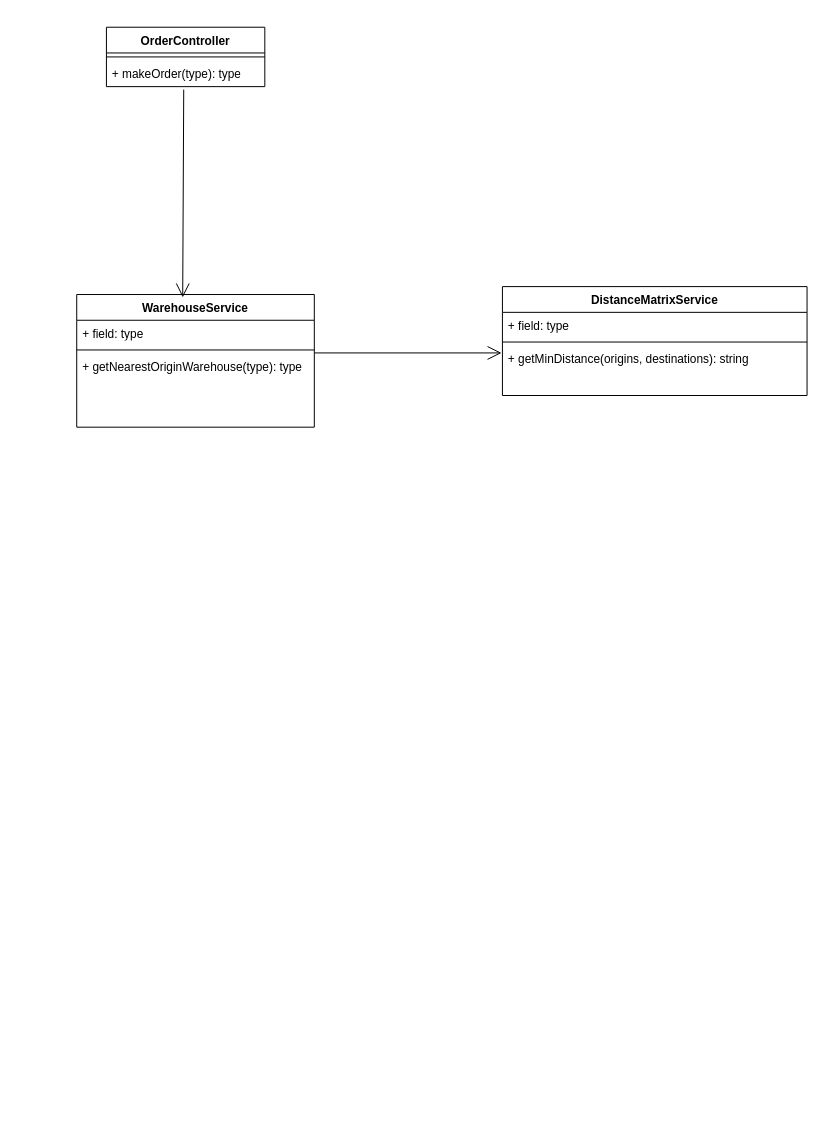
The draw.io diagram diagramas_de_clase/Dropi diagrams.drawio in jhaineymilevis/diagrams, before the edit. Source tidied: cells renumbered, new cells numbered last; positions are measured from the earlier drawing's top-left corner, leaving out a move shared by most shapes. Both pictures are drawn from the tidied source at 99%, with x=0, y=0 at pixel (76, 27).
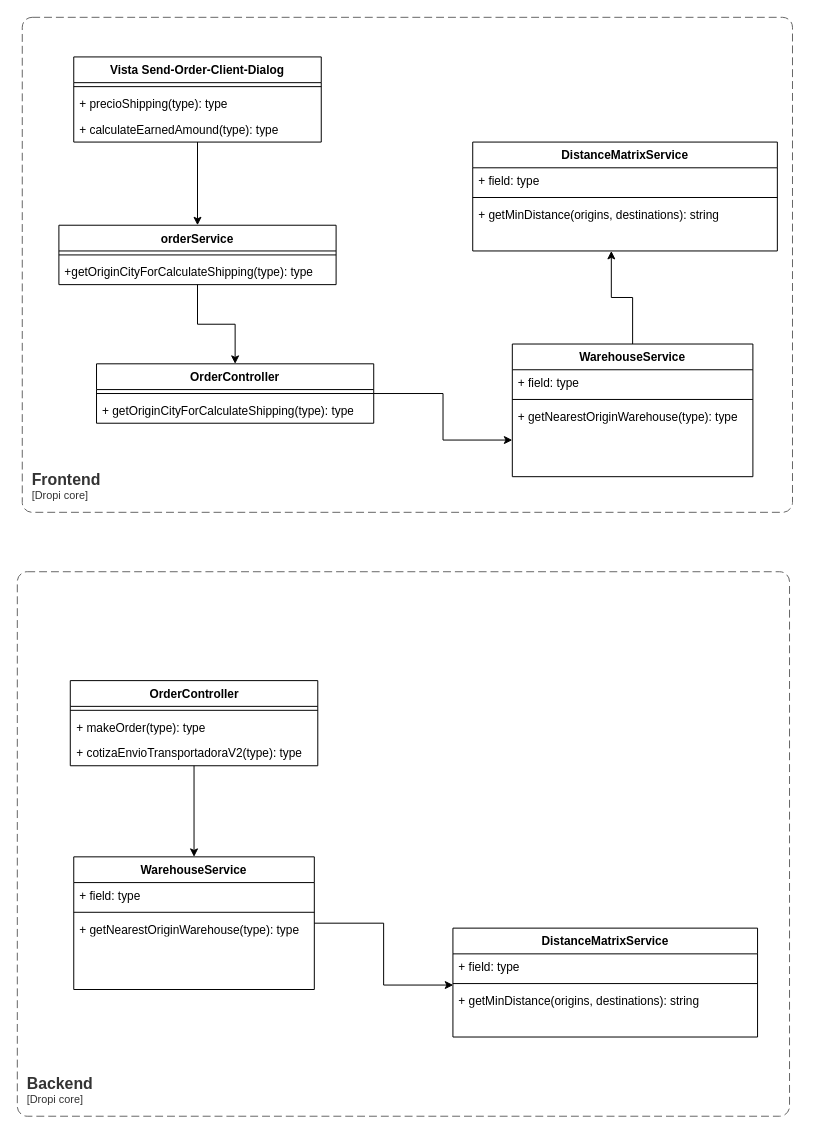
The same page after the edit.

The change refers to these unchanged cells:
```xml
<mxCell id="13" value="+ getMinDistance(origins, destinations): string" style="text;strokeColor=none;fillColor=none;align=left;verticalAlign=top;spacingLeft=4;spacingRight=4;overflow=hidden;points=[[0,0.5],[1,0.5]];portConstraint=eastwest;whiteSpace=wrap;html=1;" parent="10" vertex="1">
  <mxGeometry y="60" width="307.7" height="50" as="geometry" />
</mxCell>
```

Change to the diagram source:
```diff
@@
+    <mxCell id="15" style="edgeStyle=orthogonalEdgeStyle;rounded=0;jettySize=auto;html=1;" parent="1" edge="1" source="2" target="5">
+      <mxGeometry relative="1" as="geometry" />
+    </mxCell>
     <mxCell id="2" value="OrderController" style="swimlane;fontStyle=1;align=center;verticalAlign=top;horizontal=1;startSize=26;whiteSpace=wrap;html=1;" parent="1" vertex="1">
-      <mxGeometry x="30" width="160" height="60" as="geometry" />
+      <mxGeometry x="-6.5" y="660" width="250" height="86" as="geometry" />
     </mxCell>
     <mxCell id="3" style="line;strokeWidth=1;fillColor=none;align=left;verticalAlign=middle;spacingTop=-1;spacingLeft=3;spacingRight=3;labelPosition=right;strokeColor=inherit;" parent="2" vertex="1">
-      <mxGeometry y="26" width="160" height="8" as="geometry" />
+      <mxGeometry y="26" width="250" height="8" as="geometry" />
     </mxCell>
     <mxCell id="4" value="+ makeOrder(type): type" style="text;strokeColor=none;fillColor=none;align=left;verticalAlign=top;spacingLeft=4;spacingRight=4;overflow=hidden;points=[[0,0.5],[1,0.5]];portConstraint=eastwest;whiteSpace=wrap;html=1;" parent="2" vertex="1">
-      <mxGeometry y="34" width="160" height="26" as="geometry" />
+      <mxGeometry y="34" width="250" height="26" as="geometry" />
     </mxCell>
+    <mxCell id="16" value="+ cotizaEnvioTransportadoraV2(type): type" style="text;strokeColor=none;fillColor=none;align=left;verticalAlign=top;spacingLeft=4;spacingRight=4;overflow=hidden;whiteSpace=wrap;html=1;" parent="2" vertex="1">
+      <mxGeometry y="60" width="250" height="26" as="geometry" />
+    </mxCell>
     <mxCell id="5" value="WarehouseService" style="swimlane;fontStyle=1;align=center;verticalAlign=top;horizontal=1;startSize=26;whiteSpace=wrap;html=1;" parent="1" vertex="1">
-      <mxGeometry y="270" width="240" height="134" as="geometry" />
+      <mxGeometry x="-3" y="838" width="243" height="134" as="geometry" />
     </mxCell>
     <mxCell id="6" value="+ field: type" style="text;strokeColor=none;fillColor=none;align=left;verticalAlign=top;spacingLeft=4;spacingRight=4;overflow=hidden;whiteSpace=wrap;html=1;" parent="5" vertex="1">
-      <mxGeometry y="26" width="240" height="26" as="geometry" />
+      <mxGeometry y="26" width="243" height="26" as="geometry" />
     </mxCell>
     <mxCell id="7" style="line;strokeWidth=1;fillColor=none;align=left;verticalAlign=middle;spacingTop=-1;spacingLeft=3;spacingRight=3;labelPosition=right;points=[];portConstraint=eastwest;strokeColor=inherit;" parent="5" vertex="1">
-      <mxGeometry y="52" width="240" height="8" as="geometry" />
+      <mxGeometry y="52" width="243" height="8" as="geometry" />
     </mxCell>
     <mxCell id="8" value="+&amp;nbsp;getNearestOriginWarehouse&lt;span style=&quot;background-color: initial;&quot;&gt;(type): type&lt;/span&gt;" style="text;strokeColor=none;fillColor=none;align=left;verticalAlign=top;spacingLeft=4;spacingRight=4;overflow=hidden;whiteSpace=wrap;html=1;" parent="5" vertex="1">
-      <mxGeometry y="60" width="240" height="74" as="geometry" />
+      <mxGeometry y="60" width="243" height="74" as="geometry" />
     </mxCell>
-    <mxCell id="9" style="endArrow=open;endFill=1;endSize=12;html=1;rounded=0;entryX=0.446;entryY=0.022;entryDx=0;entryDy=0;entryPerimeter=0;exitX=0.488;exitY=1.115;exitDx=0;exitDy=0;exitPerimeter=0;" parent="1" edge="1" source="4" target="5">
-      <mxGeometry relative="1" as="geometry" />
-    </mxCell>
     <mxCell id="10" value="DistanceMatrixService" style="swimlane;fontStyle=1;align=center;verticalAlign=top;horizontal=1;startSize=26;whiteSpace=wrap;html=1;" parent="1" vertex="1">
-      <mxGeometry x="430" y="262" width="307.7" height="110" as="geometry" />
+      <mxGeometry x="380" y="910" width="307.7" height="110" as="geometry" />
     </mxCell>
@@
-    <mxCell id="14" style="endArrow=open;endFill=1;endSize=12;html=1;rounded=0;entryX=-0.003;entryY=0.14;entryDx=0;entryDy=0;entryPerimeter=0;exitX=1;exitY=0.875;exitDx=0;exitDy=0;exitPerimeter=0;" parent="1" edge="1" source="7" target="13">
-      <mxGeometry relative="1" as="geometry" />
-    </mxCell>
+    <object id="17" label="&lt;font style=&quot;font-size: 16px&quot;&gt;&lt;b&gt;&lt;div style=&quot;text-align: left&quot;&gt;%c4Name%&lt;/div&gt;&lt;/b&gt;&lt;/font&gt;&lt;div style=&quot;text-align: left&quot;&gt;[%c4Application%]&lt;/div&gt;" c4Application="Dropi core" c4Name="Backend" placeholders="1">
+      <mxCell style="rounded=1;fontSize=11;whiteSpace=wrap;html=1;dashed=1;arcSize=20;fillColor=none;strokeColor=#666666;fontColor=#333333;labelBackgroundColor=none;align=left;verticalAlign=bottom;labelBorderColor=none;spacingTop=0;spacing=10;dashPattern=8 4;perimeter=rectanglePerimeter;noLabel=0;labelPadding=0;absoluteArcSize=1;" parent="1" vertex="1">
+        <mxGeometry x="-60" y="550" width="780" height="550" as="geometry" />
+      </mxCell>
+    </object>
+    <object id="18" label="&lt;font style=&quot;font-size: 16px&quot;&gt;&lt;b&gt;&lt;div style=&quot;text-align: left&quot;&gt;%c4Name%&lt;/div&gt;&lt;/b&gt;&lt;/font&gt;&lt;div style=&quot;text-align: left&quot;&gt;[%c4Application%]&lt;/div&gt;" c4Application="Dropi core" c4Name="Frontend" placeholders="1">
+      <mxCell style="rounded=1;fontSize=11;whiteSpace=wrap;html=1;dashed=1;arcSize=20;fillColor=none;strokeColor=#666666;fontColor=#333333;labelBackgroundColor=none;align=left;verticalAlign=bottom;labelBorderColor=none;spacingTop=0;spacing=10;dashPattern=8 4;perimeter=rectanglePerimeter;noLabel=0;labelPadding=0;absoluteArcSize=1;" parent="1" vertex="1">
+        <mxGeometry x="-55" y="-10" width="778" height="500" as="geometry" />
+      </mxCell>
+    </object>
+    <mxCell id="19" style="edgeStyle=orthogonalEdgeStyle;rounded=0;jettySize=auto;html=1;" parent="1" edge="1" source="20" target="25">
+      <mxGeometry relative="1" as="geometry" />
+    </mxCell>
+    <mxCell id="20" value="Vista Send-Order-Client-Dialog" style="swimlane;fontStyle=1;align=center;verticalAlign=top;horizontal=1;startSize=26;whiteSpace=wrap;html=1;" parent="1" vertex="1">
+      <mxGeometry x="-3" y="30" width="250" height="86" as="geometry" />
+    </mxCell>
+    <mxCell id="21" style="line;strokeWidth=1;fillColor=none;align=left;verticalAlign=middle;spacingTop=-1;spacingLeft=3;spacingRight=3;labelPosition=right;strokeColor=inherit;" parent="20" vertex="1">
+      <mxGeometry y="26" width="250" height="8" as="geometry" />
+    </mxCell>
+    <mxCell id="22" value="+ precioShipping(type): type" style="text;strokeColor=none;fillColor=none;align=left;verticalAlign=top;spacingLeft=4;spacingRight=4;overflow=hidden;whiteSpace=wrap;html=1;" parent="20" vertex="1">
+      <mxGeometry y="34" width="250" height="26" as="geometry" />
+    </mxCell>
+    <mxCell id="23" value="+ calculateEarnedAmound(type): type" style="text;strokeColor=none;fillColor=none;align=left;verticalAlign=top;spacingLeft=4;spacingRight=4;overflow=hidden;whiteSpace=wrap;html=1;" parent="20" vertex="1">
+      <mxGeometry y="60" width="250" height="26" as="geometry" />
+    </mxCell>
+    <mxCell id="24" style="edgeStyle=orthogonalEdgeStyle;rounded=0;jettySize=auto;html=1;entryX=0.5;entryY=0;entryDx=0;entryDy=0;" parent="1" edge="1" source="25" target="30">
+      <mxGeometry relative="1" as="geometry" />
+    </mxCell>
+    <mxCell id="25" value="orderService" style="swimlane;fontStyle=1;align=center;verticalAlign=top;horizontal=1;startSize=26;whiteSpace=wrap;html=1;" parent="1" vertex="1">
+      <mxGeometry x="-18" y="200" width="280" height="60" as="geometry" />
+    </mxCell>
+    <mxCell id="26" style="line;strokeWidth=1;fillColor=none;align=left;verticalAlign=middle;spacingTop=-1;spacingLeft=3;spacingRight=3;labelPosition=right;strokeColor=inherit;" parent="25" vertex="1">
+      <mxGeometry y="26" width="280" height="8" as="geometry" />
+    </mxCell>
+    <mxCell id="27" value="+getOriginCityForCalculateShipping&lt;span style=&quot;background-color: initial;&quot;&gt;(type): type&lt;/span&gt;" style="text;strokeColor=none;fillColor=none;align=left;verticalAlign=top;spacingLeft=4;spacingRight=4;overflow=hidden;whiteSpace=wrap;html=1;" parent="25" vertex="1">
+      <mxGeometry y="34" width="280" height="26" as="geometry" />
+    </mxCell>
+    <mxCell id="28" style="edgeStyle=orthogonalEdgeStyle;rounded=0;jettySize=auto;html=1;entryX=0.001;entryY=-0.05;entryDx=0;entryDy=0;entryPerimeter=0;" parent="1" edge="1" source="5" target="13">
+      <mxGeometry relative="1" as="geometry" />
+    </mxCell>
+    <mxCell id="29" style="edgeStyle=orthogonalEdgeStyle;rounded=0;jettySize=auto;html=1;entryX=0;entryY=0.5;entryDx=0;entryDy=0;" parent="1" edge="1" source="30" target="36">
+      <mxGeometry relative="1" as="geometry" />
+    </mxCell>
+    <mxCell id="30" value="OrderController" style="swimlane;fontStyle=1;align=center;verticalAlign=top;horizontal=1;startSize=26;whiteSpace=wrap;html=1;" parent="1" vertex="1">
+      <mxGeometry x="20" y="340" width="280" height="60" as="geometry" />
+    </mxCell>
+    <mxCell id="31" style="line;strokeWidth=1;fillColor=none;align=left;verticalAlign=middle;spacingTop=-1;spacingLeft=3;spacingRight=3;labelPosition=right;strokeColor=inherit;" parent="30" vertex="1">
+      <mxGeometry y="26" width="280" height="8" as="geometry" />
+    </mxCell>
+    <mxCell id="32" value="+ getOriginCityForCalculateShipping&lt;span style=&quot;background-color: initial;&quot;&gt;(type): type&lt;/span&gt;" style="text;strokeColor=none;fillColor=none;align=left;verticalAlign=top;spacingLeft=4;spacingRight=4;overflow=hidden;whiteSpace=wrap;html=1;" parent="30" vertex="1">
+      <mxGeometry y="34" width="280" height="26" as="geometry" />
+    </mxCell>
+    <mxCell id="33" value="WarehouseService" style="swimlane;fontStyle=1;align=center;verticalAlign=top;horizontal=1;startSize=26;whiteSpace=wrap;html=1;" parent="1" vertex="1">
+      <mxGeometry x="440" y="320" width="243" height="134" as="geometry" />
+    </mxCell>
+    <mxCell id="34" value="+ field: type" style="text;strokeColor=none;fillColor=none;align=left;verticalAlign=top;spacingLeft=4;spacingRight=4;overflow=hidden;whiteSpace=wrap;html=1;" parent="33" vertex="1">
+      <mxGeometry y="26" width="243" height="26" as="geometry" />
+    </mxCell>
+    <mxCell id="35" style="line;strokeWidth=1;fillColor=none;align=left;verticalAlign=middle;spacingTop=-1;spacingLeft=3;spacingRight=3;labelPosition=right;strokeColor=inherit;" parent="33" vertex="1">
+      <mxGeometry y="52" width="243" height="8" as="geometry" />
+    </mxCell>
+    <mxCell id="36" value="+&amp;nbsp;getNearestOriginWarehouse&lt;span style=&quot;background-color: initial;&quot;&gt;(type): type&lt;/span&gt;" style="text;strokeColor=none;fillColor=none;align=left;verticalAlign=top;spacingLeft=4;spacingRight=4;overflow=hidden;points=[[0,0.5],[1,0.5]];portConstraint=eastwest;whiteSpace=wrap;html=1;" parent="33" vertex="1">
+      <mxGeometry y="60" width="243" height="74" as="geometry" />
+    </mxCell>
+    <mxCell id="37" value="DistanceMatrixService" style="swimlane;fontStyle=1;align=center;verticalAlign=top;horizontal=1;startSize=26;whiteSpace=wrap;html=1;" parent="1" vertex="1">
+      <mxGeometry x="400" y="116" width="307.7" height="110" as="geometry" />
+    </mxCell>
+    <mxCell id="38" value="+ field: type" style="text;strokeColor=none;fillColor=none;align=left;verticalAlign=top;spacingLeft=4;spacingRight=4;overflow=hidden;whiteSpace=wrap;html=1;" parent="37" vertex="1">
+      <mxGeometry y="26" width="307.7" height="26" as="geometry" />
+    </mxCell>
+    <mxCell id="39" style="line;strokeWidth=1;fillColor=none;align=left;verticalAlign=middle;spacingTop=-1;spacingLeft=3;spacingRight=3;labelPosition=right;strokeColor=inherit;" parent="37" vertex="1">
+      <mxGeometry y="52" width="307.7" height="8" as="geometry" />
+    </mxCell>
+    <mxCell id="40" value="+ getMinDistance(origins, destinations): string" style="text;strokeColor=none;fillColor=none;align=left;verticalAlign=top;spacingLeft=4;spacingRight=4;overflow=hidden;points=[[0,0.5],[1,0.5]];portConstraint=eastwest;whiteSpace=wrap;html=1;" parent="37" vertex="1">
+      <mxGeometry y="60" width="307.7" height="50" as="geometry" />
+    </mxCell>
+    <mxCell id="41" style="edgeStyle=orthogonalEdgeStyle;rounded=0;jettySize=auto;html=1;entryX=0.455;entryY=1;entryDx=0;entryDy=0;entryPerimeter=0;" parent="1" edge="1" source="33" target="40">
+      <mxGeometry relative="1" as="geometry" />
+    </mxCell>
```
